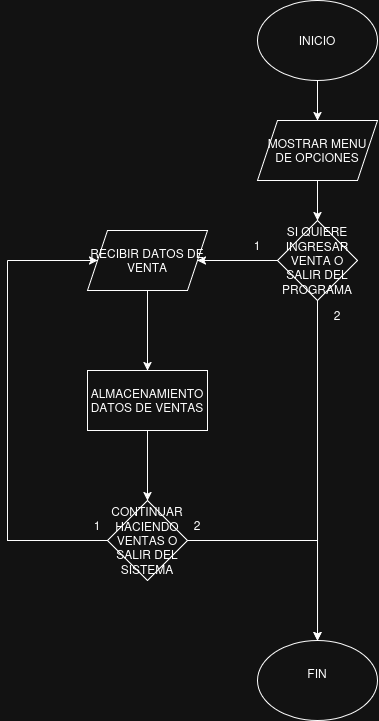
Earlier version of the draw.io export DIAGRAMAEDG.drawio.png (pachecoedgardo2006-coder/registradora-de-ventas). Source tidied: cells renumbered, new cells last; positions are measured from the earlier drawing's top-left corner, leaving out a move shared by most shapes. Source of this version:
```xml
<mxGraphModel>
  <root>
    <mxCell id="0" />
    <mxCell id="1" parent="0" />
    <mxCell id="2" style="edgeStyle=orthogonalEdgeStyle;rounded=0;jettySize=auto;html=1;" parent="1" edge="1" source="3" target="6">
      <mxGeometry relative="1" as="geometry" />
    </mxCell>
    <mxCell id="3" value="&lt;div&gt;INICIO&lt;/div&gt;" style="ellipse;whiteSpace=wrap;html=1;" parent="1" vertex="1">
      <mxGeometry x="250" width="120" height="80" as="geometry" />
    </mxCell>
    <mxCell id="4" value="&lt;div&gt;FIN&lt;/div&gt;&lt;div&gt;&lt;br&gt;&lt;/div&gt;" style="ellipse;whiteSpace=wrap;html=1;" parent="1" vertex="1">
      <mxGeometry x="250" y="640" width="120" height="80" as="geometry" />
    </mxCell>
    <mxCell id="5" style="edgeStyle=orthogonalEdgeStyle;rounded=0;jettySize=auto;html=1;" parent="1" edge="1" source="6" target="8">
      <mxGeometry relative="1" as="geometry" />
    </mxCell>
    <mxCell id="6" value="&lt;div&gt;MOSTRAR MENU DE OPCIONES&lt;/div&gt;" style="shape=parallelogram;perimeter=parallelogramPerimeter;whiteSpace=wrap;html=1;fixedSize=1;" parent="1" vertex="1">
      <mxGeometry x="250" y="120" width="120" height="60" as="geometry" />
    </mxCell>
    <mxCell id="7" style="edgeStyle=orthogonalEdgeStyle;rounded=0;jettySize=auto;html=1;" parent="1" edge="1" source="8" target="10">
      <mxGeometry relative="1" as="geometry" />
    </mxCell>
    <mxCell id="8" value="&lt;div&gt;SI QUIERE INGRESAR VENTA O SALIR DEL PROGRAMA&lt;/div&gt;" style="rhombus;whiteSpace=wrap;html=1;" parent="1" vertex="1">
      <mxGeometry x="270" y="220" width="80" height="80" as="geometry" />
    </mxCell>
    <mxCell id="9" style="edgeStyle=orthogonalEdgeStyle;rounded=0;jettySize=auto;html=1;entryX=0.5;entryY=0;entryDx=0;entryDy=0;" parent="1" edge="1" source="10" target="12">
      <mxGeometry relative="1" as="geometry" />
    </mxCell>
    <mxCell id="10" value="&lt;div&gt;RECIBIR DATOS DE VENTA&lt;/div&gt;" style="shape=parallelogram;perimeter=parallelogramPerimeter;whiteSpace=wrap;html=1;fixedSize=1;" parent="1" vertex="1">
      <mxGeometry x="80" y="230" width="120" height="60" as="geometry" />
    </mxCell>
    <mxCell id="11" style="edgeStyle=orthogonalEdgeStyle;rounded=0;jettySize=auto;html=1;entryX=0.5;entryY=0;entryDx=0;entryDy=0;" parent="1" edge="1" source="12" target="15">
      <mxGeometry relative="1" as="geometry" />
    </mxCell>
    <mxCell id="12" value="&lt;div&gt;ALMACENAMIENTO DATOS DE VENTAS&lt;/div&gt;" style="rounded=0;whiteSpace=wrap;html=1;" parent="1" vertex="1">
      <mxGeometry x="80" y="370" width="120" height="60" as="geometry" />
    </mxCell>
    <mxCell id="13" style="edgeStyle=orthogonalEdgeStyle;rounded=0;jettySize=auto;html=1;" parent="1" edge="1" source="15">
      <mxGeometry relative="1" as="geometry">
        <mxPoint x="310" y="640" as="targetPoint" />
      </mxGeometry>
    </mxCell>
    <mxCell id="14" style="edgeStyle=orthogonalEdgeStyle;rounded=0;jettySize=auto;html=1;endArrow=none;endFill=0;" parent="1" edge="1" source="15">
      <mxGeometry relative="1" as="geometry">
        <mxPoint y="260" as="targetPoint" />
      </mxGeometry>
    </mxCell>
    <mxCell id="15" value="CONTINUAR HACIENDO VENTAS O SALIR DEL SISTEMA" style="rhombus;whiteSpace=wrap;html=1;" parent="1" vertex="1">
      <mxGeometry x="100" y="500" width="80" height="80" as="geometry" />
    </mxCell>
    <mxCell id="16" style="edgeStyle=orthogonalEdgeStyle;rounded=0;jettySize=auto;html=1;entryX=0.417;entryY=-0.025;entryDx=0;entryDy=0;entryPerimeter=0;exitX=0.5;exitY=1;exitDx=0;exitDy=0;" parent="1" edge="1" source="8">
      <mxGeometry relative="1" as="geometry">
        <mxPoint x="310" y="640" as="targetPoint" />
      </mxGeometry>
    </mxCell>
    <mxCell id="17" value="1" style="text;html=1;whiteSpace=wrap;strokeColor=none;fillColor=none;align=center;verticalAlign=middle;rounded=0;" parent="1" vertex="1">
      <mxGeometry x="220" y="230" width="60" height="30" as="geometry" />
    </mxCell>
    <mxCell id="18" value="&lt;div&gt;2&lt;/div&gt;" style="text;html=1;whiteSpace=wrap;strokeColor=none;fillColor=none;align=center;verticalAlign=middle;rounded=0;" parent="1" vertex="1">
      <mxGeometry x="300" y="300" width="60" height="30" as="geometry" />
    </mxCell>
    <mxCell id="19" style="endArrow=none;startArrow=classic;html=1;rounded=0;exitX=0;exitY=0.5;exitDx=0;exitDy=0;startFill=1;endFill=0;" parent="1" edge="1" source="10">
      <mxGeometry relative="1" as="geometry">
        <mxPoint y="260" as="targetPoint" />
      </mxGeometry>
    </mxCell>
    <mxCell id="20" value="&lt;div&gt;2&lt;/div&gt;" style="text;html=1;whiteSpace=wrap;strokeColor=none;fillColor=none;align=center;verticalAlign=middle;rounded=0;" parent="1" vertex="1">
      <mxGeometry x="160" y="510" width="60" height="30" as="geometry" />
    </mxCell>
    <mxCell id="21" value="1" style="text;html=1;whiteSpace=wrap;strokeColor=none;fillColor=none;align=center;verticalAlign=middle;rounded=0;" parent="1" vertex="1">
      <mxGeometry x="60" y="510" width="60" height="30" as="geometry" />
    </mxCell>
  </root>
</mxGraphModel>
```
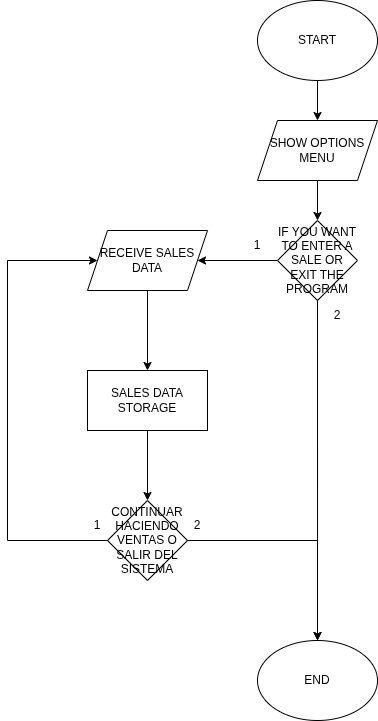
After the commit.

The edit, as a diff of the source:
```diff
@@ -5,34 +5,34 @@
     <mxCell id="2" style="edgeStyle=orthogonalEdgeStyle;rounded=0;jettySize=auto;html=1;" parent="1" edge="1" source="3" target="6">
       <mxGeometry relative="1" as="geometry" />
     </mxCell>
-    <mxCell id="3" value="&lt;div&gt;INICIO&lt;/div&gt;" style="ellipse;whiteSpace=wrap;html=1;" parent="1" vertex="1">
+    <mxCell id="3" value="&lt;div&gt;START&lt;/div&gt;" style="ellipse;whiteSpace=wrap;html=1;" parent="1" vertex="1">
       <mxGeometry x="250" width="120" height="80" as="geometry" />
     </mxCell>
-    <mxCell id="4" value="&lt;div&gt;FIN&lt;/div&gt;&lt;div&gt;&lt;br&gt;&lt;/div&gt;" style="ellipse;whiteSpace=wrap;html=1;" parent="1" vertex="1">
+    <mxCell id="4" value="&lt;div&gt;END&lt;/div&gt;" style="ellipse;whiteSpace=wrap;html=1;" parent="1" vertex="1">
       <mxGeometry x="250" y="640" width="120" height="80" as="geometry" />
     </mxCell>
     <mxCell id="5" style="edgeStyle=orthogonalEdgeStyle;rounded=0;jettySize=auto;html=1;" parent="1" edge="1" source="6" target="8">
       <mxGeometry relative="1" as="geometry" />
     </mxCell>
-    <mxCell id="6" value="&lt;div&gt;MOSTRAR MENU DE OPCIONES&lt;/div&gt;" style="shape=parallelogram;perimeter=parallelogramPerimeter;whiteSpace=wrap;html=1;fixedSize=1;" parent="1" vertex="1">
+    <mxCell id="6" value="&lt;div&gt;SHOW OPTIONS MENU&lt;/div&gt;" style="shape=parallelogram;perimeter=parallelogramPerimeter;whiteSpace=wrap;html=1;fixedSize=1;" parent="1" vertex="1">
       <mxGeometry x="250" y="120" width="120" height="60" as="geometry" />
     </mxCell>
     <mxCell id="7" style="edgeStyle=orthogonalEdgeStyle;rounded=0;jettySize=auto;html=1;" parent="1" edge="1" source="8" target="10">
       <mxGeometry relative="1" as="geometry" />
     </mxCell>
-    <mxCell id="8" value="&lt;div&gt;SI QUIERE INGRESAR VENTA O SALIR DEL PROGRAMA&lt;/div&gt;" style="rhombus;whiteSpace=wrap;html=1;" parent="1" vertex="1">
+    <mxCell id="8" value="&lt;div&gt;IF YOU WANT TO ENTER A SALE OR EXIT THE PROGRAM&lt;/div&gt;" style="rhombus;whiteSpace=wrap;html=1;" parent="1" vertex="1">
       <mxGeometry x="270" y="220" width="80" height="80" as="geometry" />
     </mxCell>
     <mxCell id="9" style="edgeStyle=orthogonalEdgeStyle;rounded=0;jettySize=auto;html=1;entryX=0.5;entryY=0;entryDx=0;entryDy=0;" parent="1" edge="1" source="10" target="12">
       <mxGeometry relative="1" as="geometry" />
     </mxCell>
-    <mxCell id="10" value="&lt;div&gt;RECIBIR DATOS DE VENTA&lt;/div&gt;" style="shape=parallelogram;perimeter=parallelogramPerimeter;whiteSpace=wrap;html=1;fixedSize=1;" parent="1" vertex="1">
+    <mxCell id="10" value="&lt;div&gt;RECEIVE SALES DATA&lt;/div&gt;" style="shape=parallelogram;perimeter=parallelogramPerimeter;whiteSpace=wrap;html=1;fixedSize=1;" parent="1" vertex="1">
       <mxGeometry x="80" y="230" width="120" height="60" as="geometry" />
     </mxCell>
     <mxCell id="11" style="edgeStyle=orthogonalEdgeStyle;rounded=0;jettySize=auto;html=1;entryX=0.5;entryY=0;entryDx=0;entryDy=0;" parent="1" edge="1" source="12" target="15">
       <mxGeometry relative="1" as="geometry" />
     </mxCell>
-    <mxCell id="12" value="&lt;div&gt;ALMACENAMIENTO DATOS DE VENTAS&lt;/div&gt;" style="rounded=0;whiteSpace=wrap;html=1;" parent="1" vertex="1">
+    <mxCell id="12" value="&lt;div&gt;SALES DATA STORAGE&lt;/div&gt;" style="rounded=0;whiteSpace=wrap;html=1;" parent="1" vertex="1">
       <mxGeometry x="80" y="370" width="120" height="60" as="geometry" />
     </mxCell>
     <mxCell id="13" style="edgeStyle=orthogonalEdgeStyle;rounded=0;jettySize=auto;html=1;" parent="1" edge="1" source="15">
```
